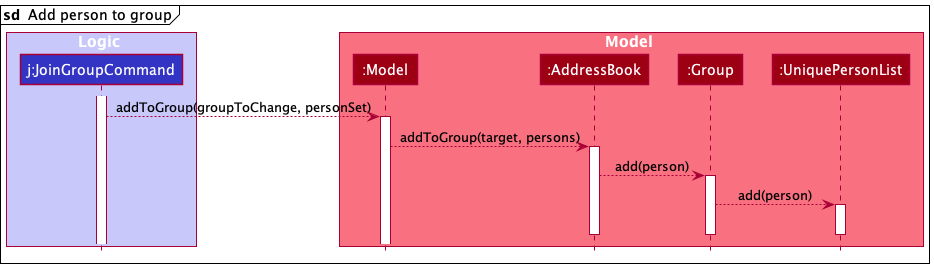
The PlantUML diagram docs/images/JoinGroupRefSequenceDiagram.png in thanwinnikki/tp, before a commit. Source of this version:
```plantuml
@startuml
!include style.puml

mainframe **sd**  Add person to group
box Logic LOGIC_COLOR_T1
participant "j:JoinGroupCommand" as JoinGroupCommand LOGIC_COLOR
end box

box Model MODEL_COLOR_T1
participant ":Model" as Model MODEL_COLOR
participant ":AddressBook" as Ab MODEL_COLOR
participant ":Group" as Group MODEL_COLOR
participant ":UniquePersonList" as Upl MODEL_COLOR
end box

activate JoinGroupCommand


JoinGroupCommand --> Model : addToGroup(groupToChange, personSet)
activate Model






Model --> Ab : addToGroup(target, persons)
activate Ab

Ab --> Group : add(person)
activate Group
Group --> Upl : add(person)
activate Upl
deactivate Upl
deactivate Group
deactivate Ab
@enduml
```
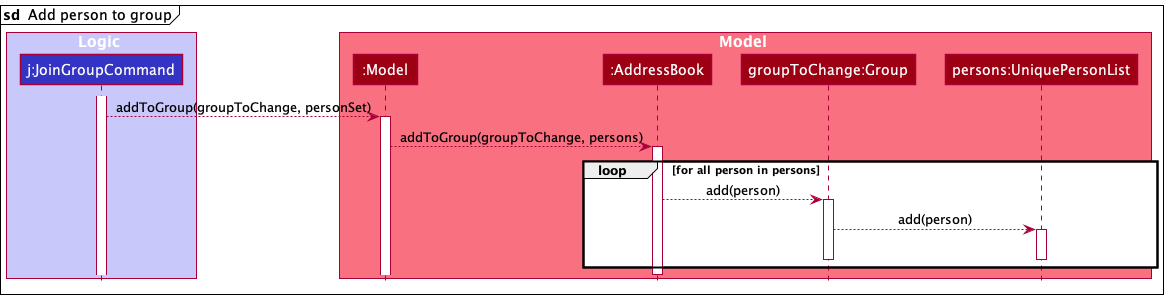
After the change.

What changed in the source:
```diff
@@ -9,8 +9,8 @@
 box Model MODEL_COLOR_T1
 participant ":Model" as Model MODEL_COLOR
 participant ":AddressBook" as Ab MODEL_COLOR
-participant ":Group" as Group MODEL_COLOR
-participant ":UniquePersonList" as Upl MODEL_COLOR
+participant "groupToChange:Group" as Group MODEL_COLOR
+participant "persons:UniquePersonList" as Upl MODEL_COLOR
 end box
 
 activate JoinGroupCommand
@@ -24,14 +24,20 @@
 
 
 
-Model --> Ab : addToGroup(target, persons)
+Model --> Ab : addToGroup(groupToChange, persons)
 activate Ab
 
+loop for all person in persons
 Ab --> Group : add(person)
 activate Group
+
 Group --> Upl : add(person)
 activate Upl
+deactivate Group
 deactivate Upl
-deactivate Group
+
+end
+
+
 deactivate Ab
 @enduml
```
